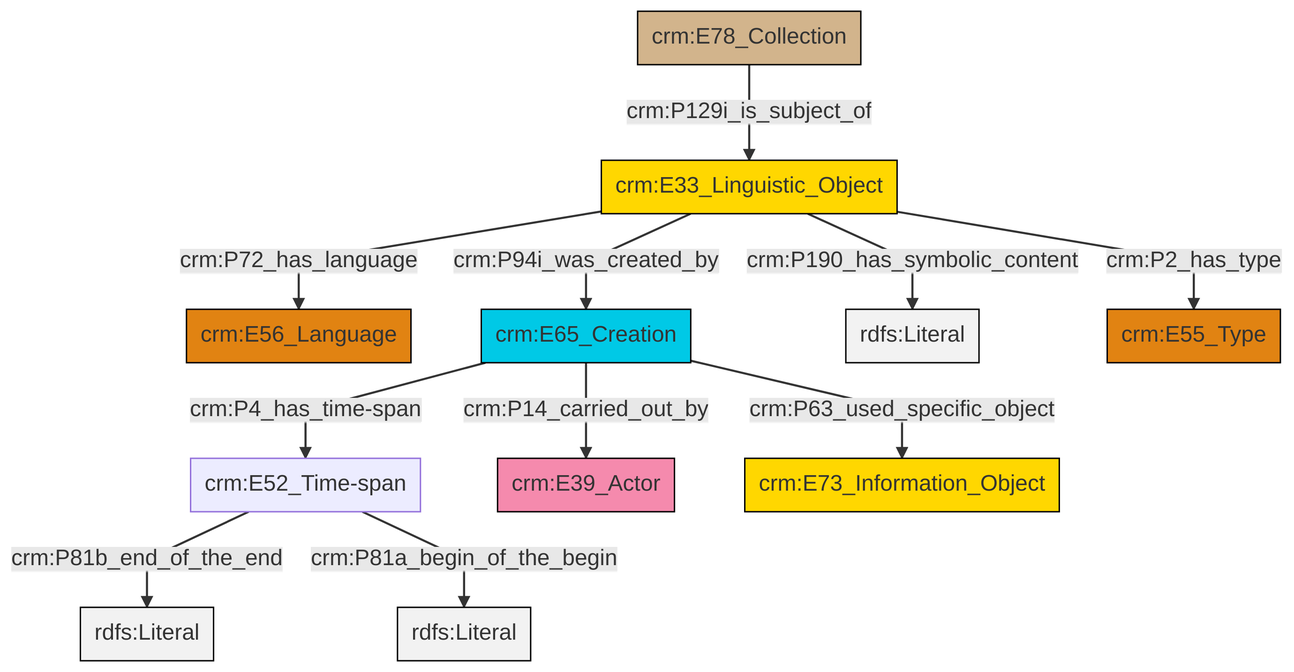
Above: et/archivalCSV/ttl/mmd/png/archival_desc.png in swiss-art-research-net/docs.swissartresearch (Mermaid), before the change. Its source is kept beside it as et/archivalCSV/ttl/mmd/archival_desc.ttl.mmd.
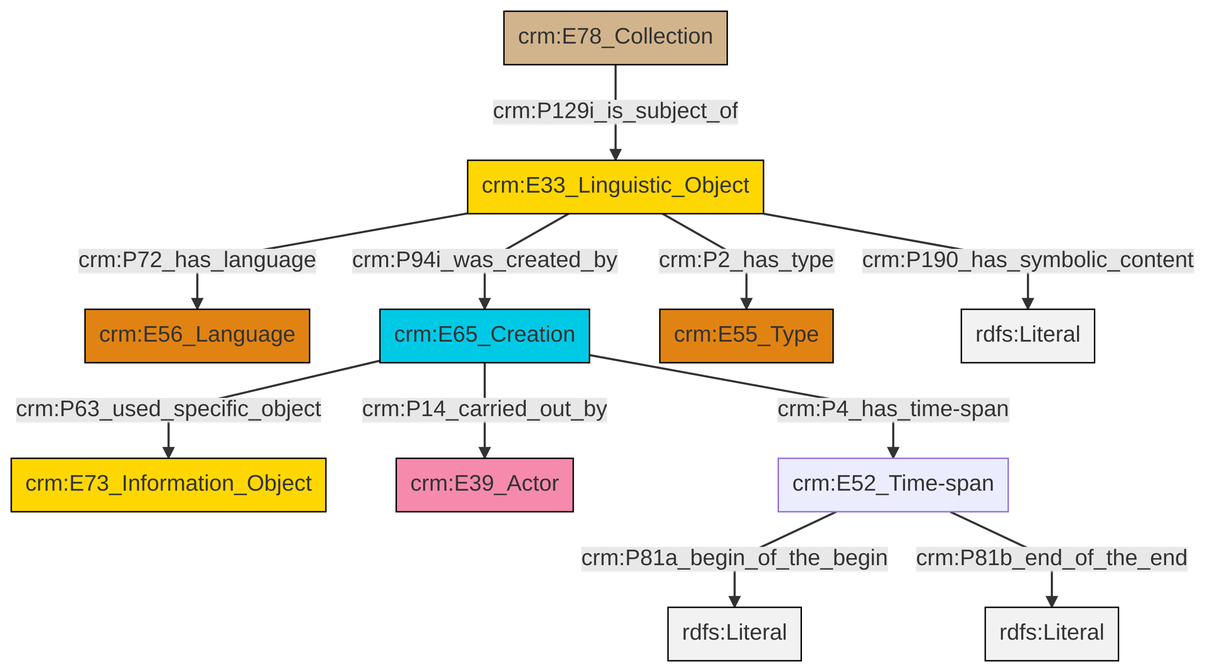
After the change.

What changed in the source:
```diff
@@ -13,13 +13,13 @@
 classDef PC_Classes fill:#4ce600, stroke:#000000;
 classDef Multi fill:#cccccc,stroke:#000000;
 
-0["crm:E33_Linguistic_Object"]:::Conceptual_Object -->|crm:P72_has_language| 1["crm:E56_Language"]:::Type
-2["crm:E52_Time-span"]:::Default -->|crm:P81b_end_of_the_end| 3[rdfs:Literal]:::Literal
-4["crm:E65_Creation"]:::Temporal_Entity -->|crm:P4_has_time-span| 2["crm:E52_Time-span"]:::Default
-0["crm:E33_Linguistic_Object"]:::Conceptual_Object -->|crm:P190_has_symbolic_content| 5[rdfs:Literal]:::Literal
-2["crm:E52_Time-span"]:::Default -->|crm:P81a_begin_of_the_begin| 8[rdfs:Literal]:::Literal
-0["crm:E33_Linguistic_Object"]:::Conceptual_Object -->|crm:P2_has_type| 6["crm:E55_Type"]:::Type
-12["crm:E78_Collection"]:::Physical_Thing -->|crm:P129i_is_subject_of| 0["crm:E33_Linguistic_Object"]:::Conceptual_Object
-0["crm:E33_Linguistic_Object"]:::Conceptual_Object -->|crm:P94i_was_created_by| 4["crm:E65_Creation"]:::Temporal_Entity
-4["crm:E65_Creation"]:::Temporal_Entity -->|crm:P63_used_specific_object| 17["crm:E73_Information_Object"]:::Conceptual_Object
-4["crm:E65_Creation"]:::Temporal_Entity -->|crm:P14_carried_out_by| 15["crm:E39_Actor"]:::Actor
+4["crm:E65_Creation"]:::Temporal_Entity -->|crm:P63_used_specific_object| 5["crm:E73_Information_Object"]:::Conceptual_Object
+4["crm:E65_Creation"]:::Temporal_Entity -->|crm:P14_carried_out_by| 7["crm:E39_Actor"]:::Actor
+8["crm:E33_Linguistic_Object"]:::Conceptual_Object -->|crm:P2_has_type| 9["crm:E55_Type"]:::Type
+8["crm:E33_Linguistic_Object"]:::Conceptual_Object -->|crm:P72_has_language| 2["crm:E56_Language"]:::Type
+0["crm:E78_Collection"]:::Physical_Thing -->|crm:P129i_is_subject_of| 8["crm:E33_Linguistic_Object"]:::Conceptual_Object
+8["crm:E33_Linguistic_Object"]:::Conceptual_Object -->|crm:P94i_was_created_by| 4["crm:E65_Creation"]:::Temporal_Entity
+11["crm:E52_Time-span"]:::Default -->|crm:P81a_begin_of_the_begin| 13[rdfs:Literal]:::Literal
+8["crm:E33_Linguistic_Object"]:::Conceptual_Object -->|crm:P190_has_symbolic_content| 16[rdfs:Literal]:::Literal
+4["crm:E65_Creation"]:::Temporal_Entity -->|crm:P4_has_time-span| 11["crm:E52_Time-span"]:::Default
+11["crm:E52_Time-span"]:::Default -->|crm:P81b_end_of_the_end| 18[rdfs:Literal]:::Literal
```
